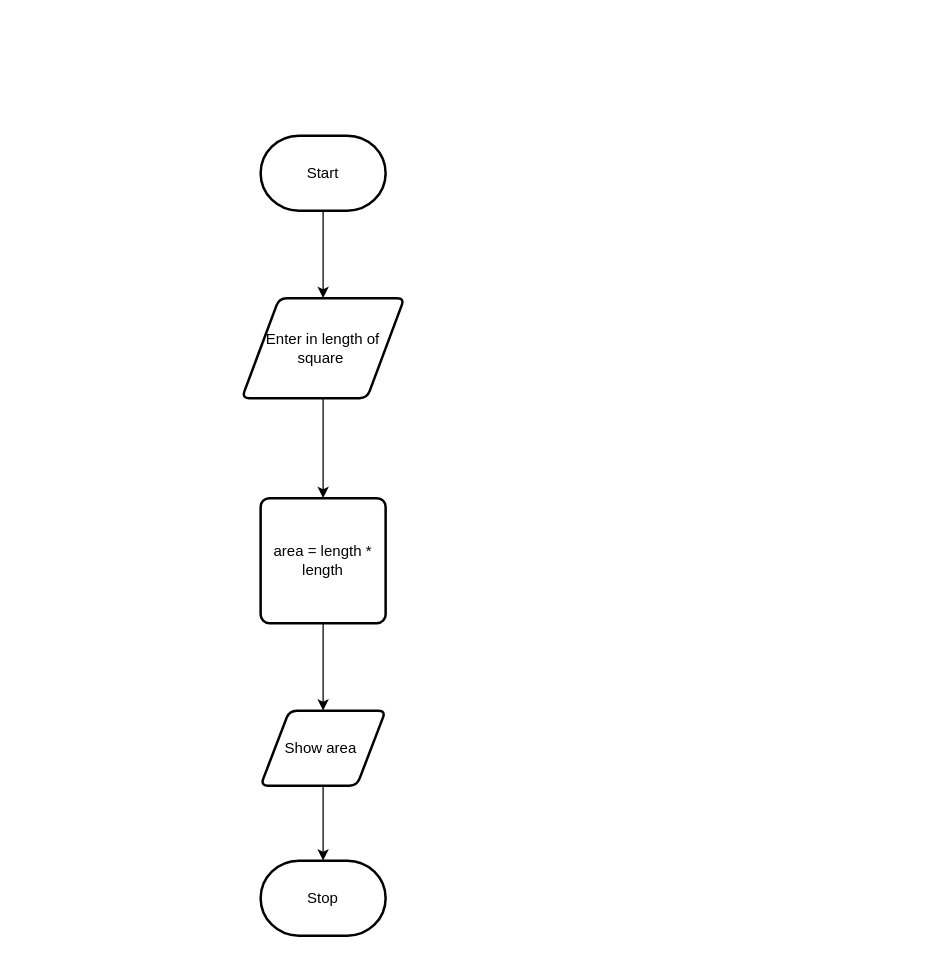
MTHS-ICD2O-1-2023/ICD2O-Unit-3-02-George-Khalil-29 keeps this draw.io diagram as design/flowchart.drawio. Above is the earlier version. Source tidied: cells renumbered, new cells numbered last; positions are measured from the earlier drawing's top-left corner, leaving out a move shared by most shapes. Both pictures are drawn from the tidied source at 125%, with x=0, y=0 at pixel (241, 135).
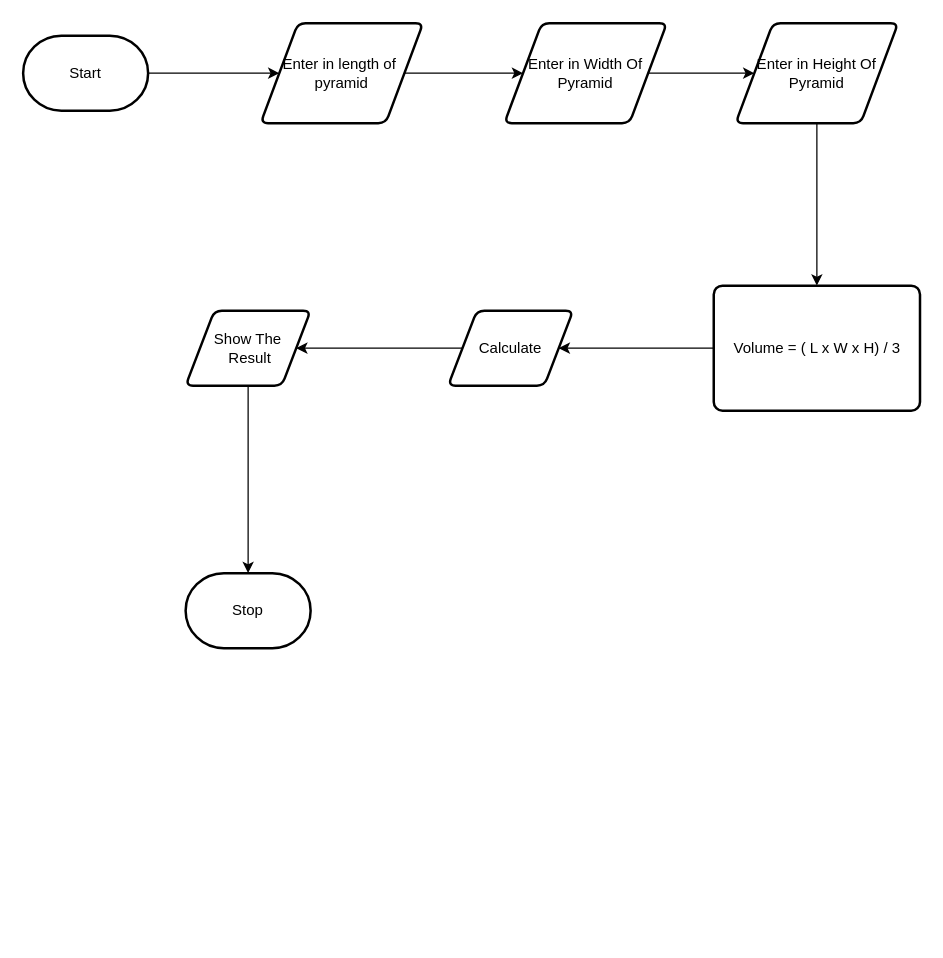
After the change.

Change to the diagram source:
```diff
@@
 <mxGraphModel>
   <root>
     <mxCell id="0" />
     <mxCell id="1" parent="0" />
     <mxCell id="2" style="edgeStyle=none;html=1;" parent="1" edge="1" source="3" target="6">
       <mxGeometry relative="1" as="geometry" />
     </mxCell>
     <mxCell id="3" value="Start" style="strokeWidth=2;html=1;shape=mxgraph.flowchart.terminator;whiteSpace=wrap;" parent="1" vertex="1">
-      <mxGeometry x="15" width="100" height="60" as="geometry" />
+      <mxGeometry x="-175" y="-80" width="100" height="60" as="geometry" />
     </mxCell>
     <mxCell id="4" value="Stop" style="strokeWidth=2;html=1;shape=mxgraph.flowchart.terminator;whiteSpace=wrap;" parent="1" vertex="1">
-      <mxGeometry x="15" y="580" width="100" height="60" as="geometry" />
+      <mxGeometry x="-45" y="350" width="100" height="60" as="geometry" />
     </mxCell>
-    <mxCell id="5" style="edgeStyle=none;html=1;" parent="1" edge="1" source="6" target="8">
-      <mxGeometry relative="1" as="geometry" />
-    </mxCell>
+    <mxCell id="11" style="edgeStyle=none;html=1;entryX=0;entryY=0.5;entryDx=0;entryDy=0;" parent="1" edge="1" source="6" target="14">
+      <mxGeometry relative="1" as="geometry" />
+    </mxCell>
-    <mxCell id="6" value="Enter in length of square&amp;nbsp;" style="shape=parallelogram;html=1;strokeWidth=2;perimeter=parallelogramPerimeter;whiteSpace=wrap;rounded=1;arcSize=12;size=0.23;" parent="1" vertex="1">
-      <mxGeometry y="130" width="130" height="80" as="geometry" />
+    <mxCell id="6" value="Enter in length of&amp;nbsp; pyramid" style="shape=parallelogram;html=1;strokeWidth=2;perimeter=parallelogramPerimeter;whiteSpace=wrap;rounded=1;arcSize=12;size=0.23;" parent="1" vertex="1">
+      <mxGeometry x="15" y="-90" width="130" height="80" as="geometry" />
     </mxCell>
     <mxCell id="7" style="edgeStyle=none;html=1;" parent="1" edge="1" source="8" target="10">
       <mxGeometry relative="1" as="geometry" />
     </mxCell>
-    <mxCell id="8" value="area = length * length" style="rounded=1;whiteSpace=wrap;html=1;absoluteArcSize=1;arcSize=14;strokeWidth=2;" parent="1" vertex="1">
-      <mxGeometry x="15" y="290" width="100" height="100" as="geometry" />
+    <mxCell id="8" value="Volume = ( L x W x H) / 3" style="rounded=1;whiteSpace=wrap;html=1;absoluteArcSize=1;arcSize=14;strokeWidth=2;" parent="1" vertex="1">
+      <mxGeometry x="377.5" y="120" width="165" height="100" as="geometry" />
     </mxCell>
-    <mxCell id="9" style="edgeStyle=none;html=1;" parent="1" edge="1" source="10" target="4">
-      <mxGeometry relative="1" as="geometry" />
-    </mxCell>
+    <mxCell id="12" style="edgeStyle=none;html=1;" parent="1" edge="1" source="10" target="18">
+      <mxGeometry relative="1" as="geometry" />
+    </mxCell>
-    <mxCell id="10" value="Show area&amp;nbsp;" style="shape=parallelogram;html=1;strokeWidth=2;perimeter=parallelogramPerimeter;whiteSpace=wrap;rounded=1;arcSize=12;size=0.23;" parent="1" vertex="1">
-      <mxGeometry x="15" y="460" width="100" height="60" as="geometry" />
+    <mxCell id="10" value="Calculate" style="shape=parallelogram;html=1;strokeWidth=2;perimeter=parallelogramPerimeter;whiteSpace=wrap;rounded=1;arcSize=12;size=0.23;" parent="1" vertex="1">
+      <mxGeometry x="165" y="140" width="100" height="60" as="geometry" />
     </mxCell>
+    <mxCell id="13" style="edgeStyle=none;html=1;entryX=0;entryY=0.5;entryDx=0;entryDy=0;" parent="1" edge="1" source="14" target="16">
+      <mxGeometry relative="1" as="geometry" />
+    </mxCell>
+    <mxCell id="14" value="Enter in Width Of Pyramid" style="shape=parallelogram;html=1;strokeWidth=2;perimeter=parallelogramPerimeter;whiteSpace=wrap;rounded=1;arcSize=12;size=0.23;" parent="1" vertex="1">
+      <mxGeometry x="210" y="-90" width="130" height="80" as="geometry" />
+    </mxCell>
+    <mxCell id="15" style="edgeStyle=none;html=1;entryX=0.5;entryY=0;entryDx=0;entryDy=0;" parent="1" edge="1" source="16" target="8">
+      <mxGeometry relative="1" as="geometry" />
+    </mxCell>
+    <mxCell id="16" value="Enter in Height Of Pyramid" style="shape=parallelogram;html=1;strokeWidth=2;perimeter=parallelogramPerimeter;whiteSpace=wrap;rounded=1;arcSize=12;size=0.23;" parent="1" vertex="1">
+      <mxGeometry x="395" y="-90" width="130" height="80" as="geometry" />
+    </mxCell>
+    <mxCell id="17" style="edgeStyle=none;html=1;entryX=0.5;entryY=0;entryDx=0;entryDy=0;entryPerimeter=0;" parent="1" edge="1" source="18" target="4">
+      <mxGeometry relative="1" as="geometry" />
+    </mxCell>
+    <mxCell id="18" value="Show The&lt;br&gt;&amp;nbsp;Result" style="shape=parallelogram;html=1;strokeWidth=2;perimeter=parallelogramPerimeter;whiteSpace=wrap;rounded=1;arcSize=12;size=0.23;" parent="1" vertex="1">
+      <mxGeometry x="-45" y="140" width="100" height="60" as="geometry" />
+    </mxCell>
   </root>
 </mxGraphModel>
```
